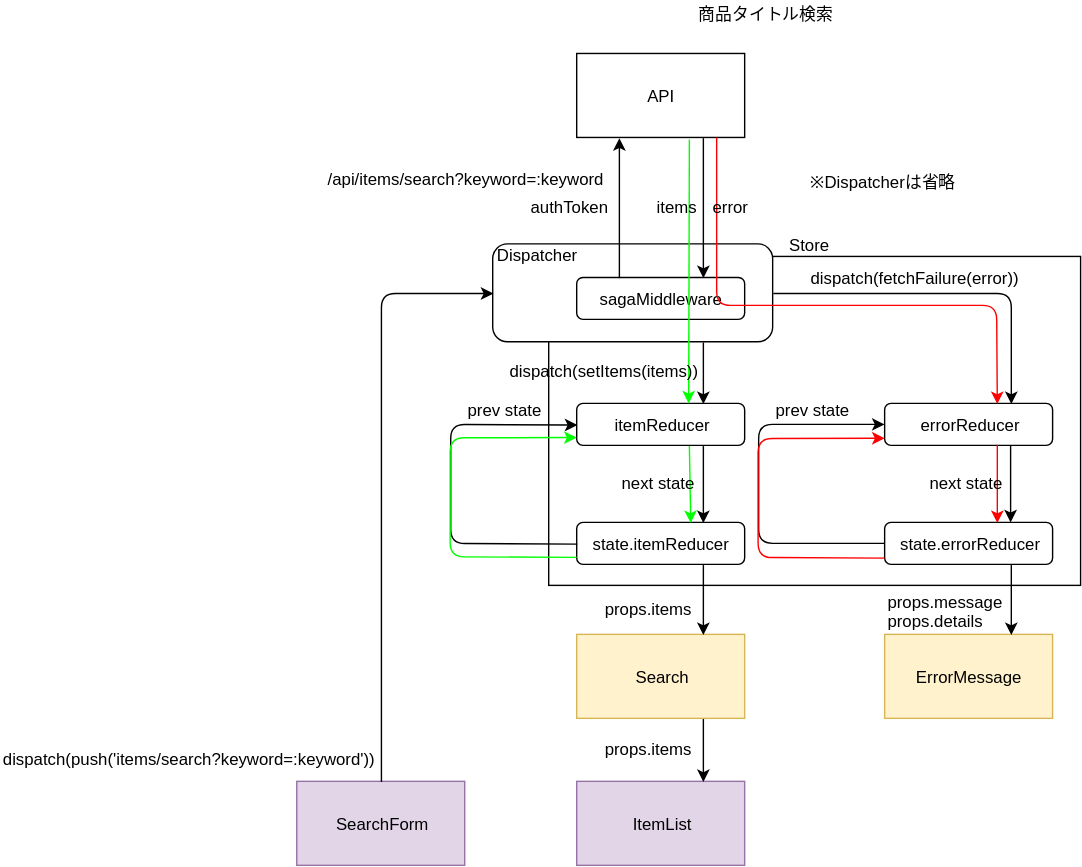
Before: diagram/dataFlow/search.svg, a diagram exported from draw.io (emgniddikur/react-app). Source tidied: cells renumbered, new cells last; positions are measured from the earlier drawing's top-left corner, leaving out a move shared by most shapes.
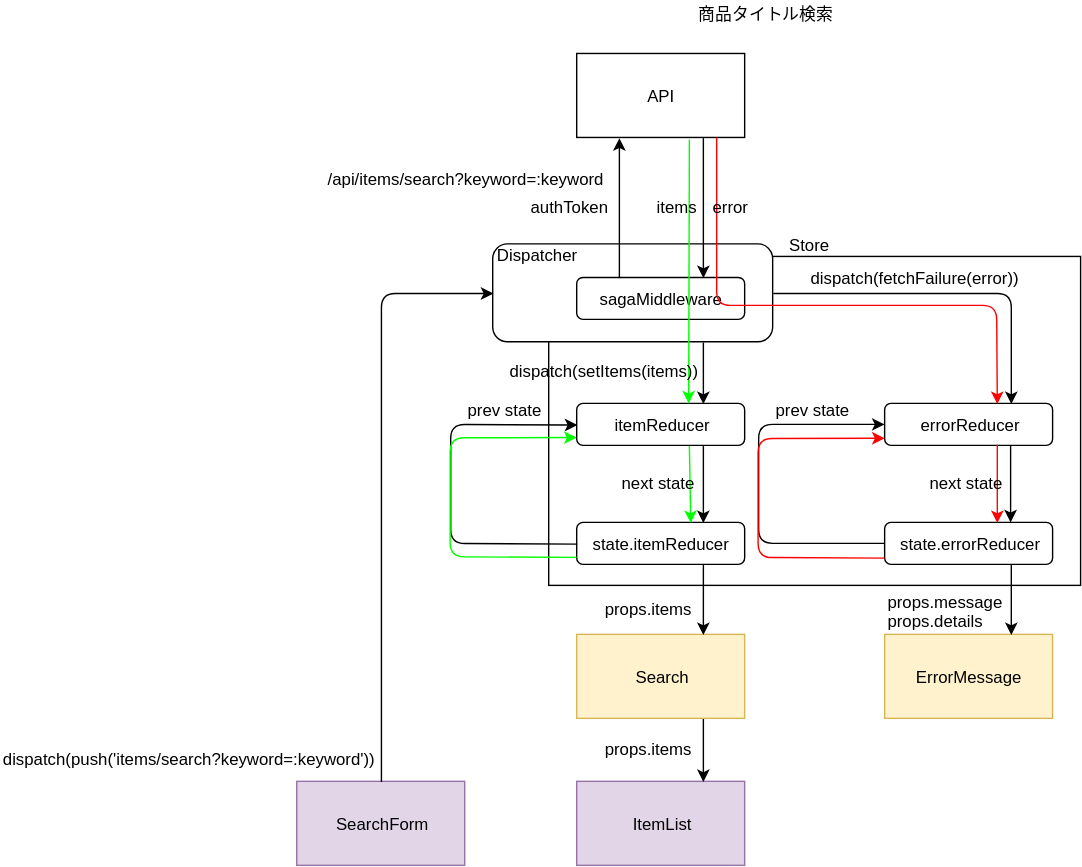
Above is the later version.

Change to the diagram source:
```diff
@@ -173,9 +173,6 @@
         </Array>
       </mxGeometry>
     </mxCell>
-    <mxCell id="44" value="※Dispatcherは省略" style="text;html=1;align=left;verticalAlign=top;spacingTop=-4;" parent="1" vertex="1">
-      <mxGeometry x="576.5" y="120" width="120" height="20" as="geometry" />
-    </mxCell>
     <mxCell id="45" value="商品タイトル検索&lt;br&gt;" style="text;html=1;align=left;verticalAlign=top;spacingTop=-4;" parent="1" vertex="1">
       <mxGeometry x="496.5" width="110" height="20" as="geometry" />
     </mxCell>
```
